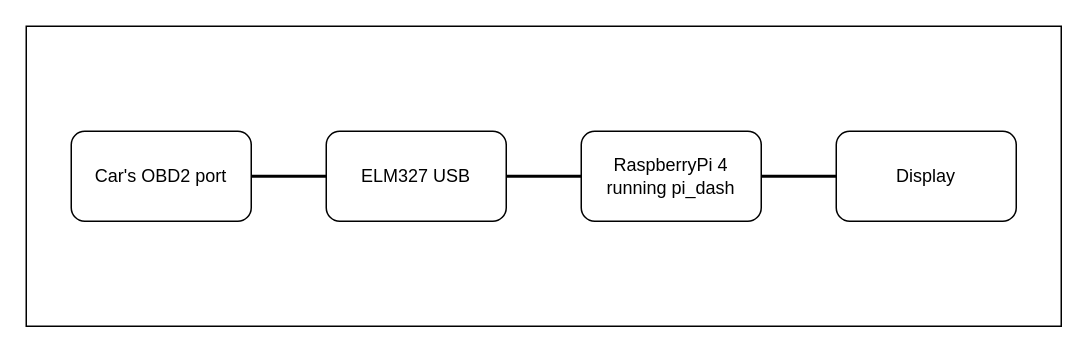
Earlier version of the draw.io diagram .github/readme/block.dio (pay64k/pi_dash). Source tidied: cells renumbered, new cells numbered last; positions are measured from the earlier drawing's top-left corner, leaving out a move shared by most shapes. Both pictures are drawn from the tidied source at 150%, with x=0, y=0 at pixel (26, 26).
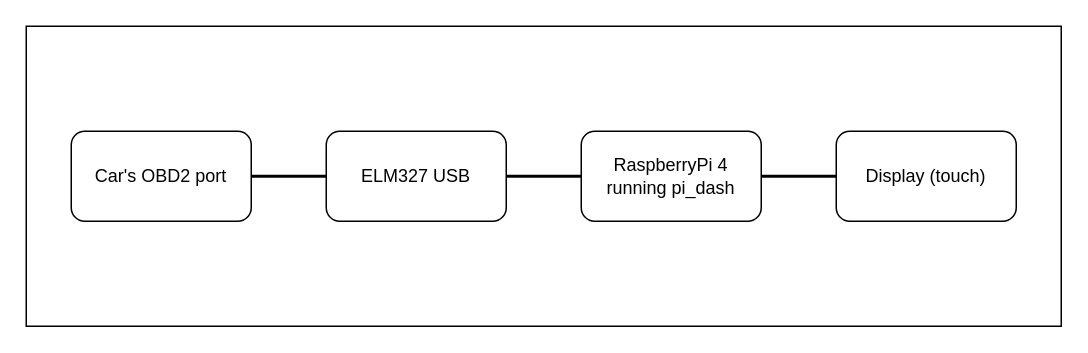
The same page after the edit.

Change to the diagram source:
```diff
@@
 <mxGraphModel>
   <root>
     <mxCell id="0" />
     <mxCell id="1" parent="0" />
     <mxCell id="2" style="rounded=0;whiteSpace=wrap;html=1;sketch=0;" parent="1" vertex="1">
       <mxGeometry width="690" height="200" as="geometry" />
     </mxCell>
     <mxCell id="3" style="edgeStyle=orthogonalEdgeStyle;jettySize=auto;html=1;exitX=1;exitY=0.5;exitDx=0;exitDy=0;entryX=0;entryY=0.5;entryDx=0;entryDy=0;endArrow=none;endFill=0;strokeWidth=2;" parent="1" edge="1" source="4" target="6">
       <mxGeometry relative="1" as="geometry" />
     </mxCell>
     <mxCell id="4" value="ELM327 USB" style="whiteSpace=wrap;html=1;rounded=1;" parent="1" vertex="1">
       <mxGeometry x="200" y="70" width="120" height="60" as="geometry" />
     </mxCell>
     <mxCell id="5" style="edgeStyle=orthogonalEdgeStyle;jettySize=auto;html=1;exitX=1;exitY=0.5;exitDx=0;exitDy=0;entryX=0;entryY=0.5;entryDx=0;entryDy=0;endArrow=none;endFill=0;strokeWidth=2;" parent="1" edge="1" source="6" target="9">
       <mxGeometry relative="1" as="geometry" />
     </mxCell>
     <mxCell id="6" value="RaspberryPi 4&lt;br&gt;running pi_dash" style="whiteSpace=wrap;html=1;rounded=1;" parent="1" vertex="1">
       <mxGeometry x="370" y="70" width="120" height="60" as="geometry" />
     </mxCell>
     <mxCell id="7" style="edgeStyle=orthogonalEdgeStyle;jettySize=auto;html=1;exitX=1;exitY=0.5;exitDx=0;exitDy=0;entryX=0;entryY=0.5;entryDx=0;entryDy=0;endArrow=none;endFill=0;strokeWidth=2;" parent="1" edge="1" source="8" target="4">
       <mxGeometry relative="1" as="geometry" />
     </mxCell>
     <mxCell id="8" value="Car's OBD2 port" style="whiteSpace=wrap;html=1;rounded=1;" parent="1" vertex="1">
       <mxGeometry x="30" y="70" width="120" height="60" as="geometry" />
     </mxCell>
-    <mxCell id="9" value="Display" style="whiteSpace=wrap;html=1;rounded=1;" parent="1" vertex="1">
+    <mxCell id="9" value="Display (touch)" style="whiteSpace=wrap;html=1;rounded=1;" parent="1" vertex="1">
       <mxGeometry x="540" y="70" width="120" height="60" as="geometry" />
     </mxCell>
   </root>
 </mxGraphModel>
```
